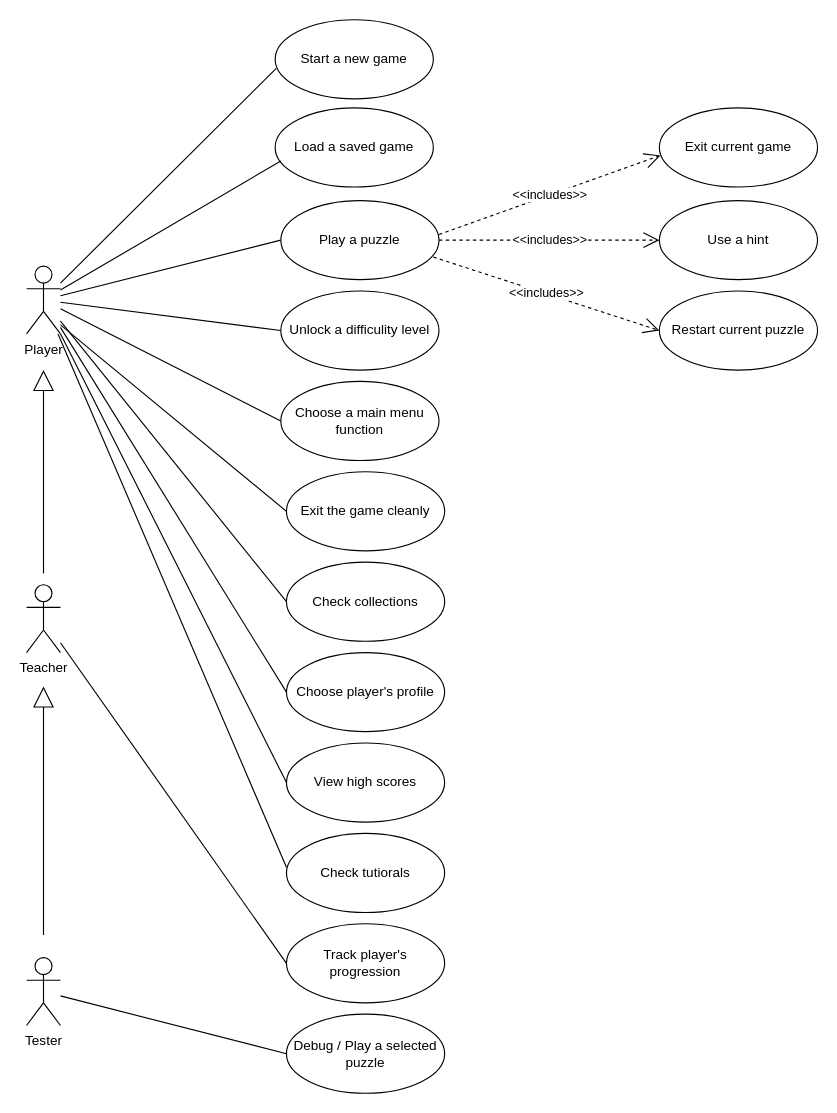
maxinimize/uml keeps this draw.io diagram as 未命名绘图.drawio. Above is the earlier version. Source tidied: cells renumbered, new cells numbered last; positions are measured from the earlier drawing's top-left corner, leaving out a move shared by most shapes. Both pictures are drawn from the tidied source at 113%, with x=0, y=0 at pixel (26, 19).
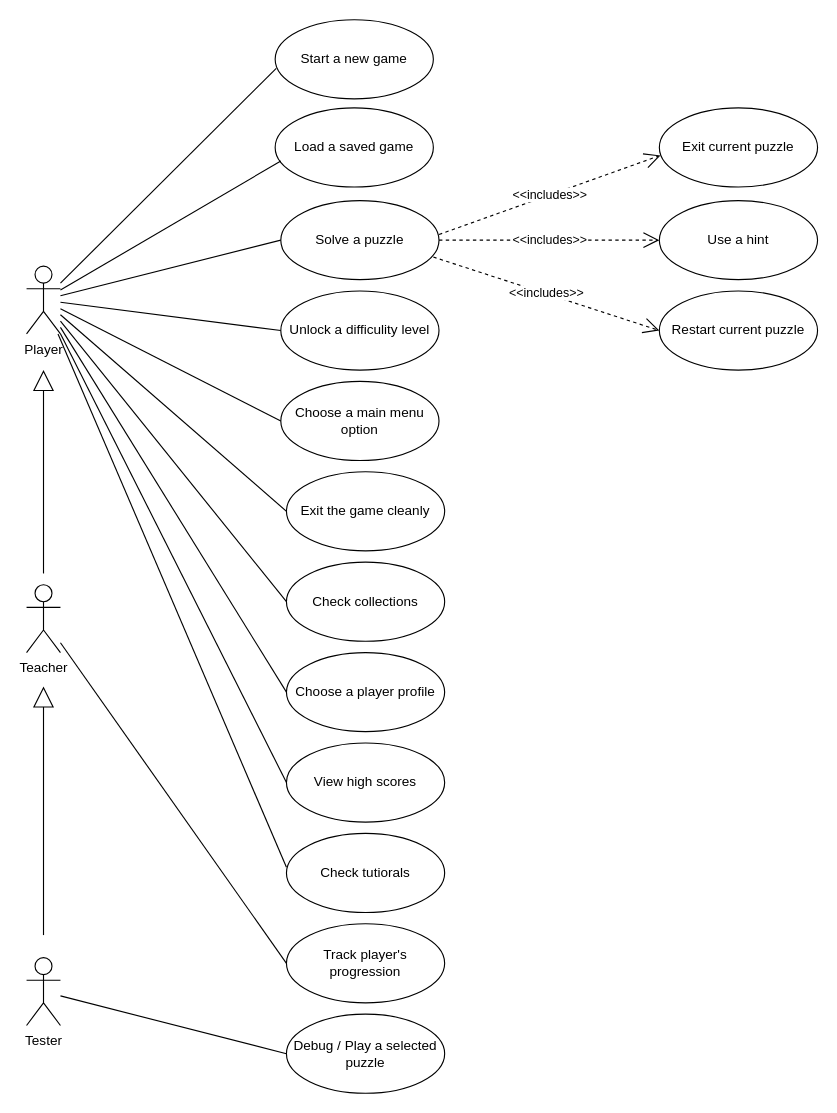
Above is the later version.

Commit message:
更新未命名绘图.drawio

The change refers to these unchanged cells:
```xml
<mxCell id="2" value="Player" style="shape=umlActor;verticalLabelPosition=bottom;verticalAlign=top;html=1;outlineConnect=0;" parent="1" vertex="1">
  <mxGeometry y="218" width="30" height="60" as="geometry" />
</mxCell>
<mxCell id="35" value="Exit the game cleanly" style="ellipse;whiteSpace=wrap;html=1;" parent="1" vertex="1">
  <mxGeometry x="230" y="400" width="140" height="70" as="geometry" />
</mxCell>
```

Diff of the diagram source:
```diff
@@
-    <mxCell id="21" value="Choose player's profile" style="ellipse;whiteSpace=wrap;html=1;" parent="1" vertex="1">
+    <mxCell id="21" value="Choose a player profile" style="ellipse;whiteSpace=wrap;html=1;" parent="1" vertex="1">
       <mxGeometry x="230" y="560" width="140" height="70" as="geometry" />
     </mxCell>
@@
-    <mxCell id="23" value="Play a puzzle" style="ellipse;whiteSpace=wrap;html=1;" parent="1" vertex="1">
+    <mxCell id="23" value="Solve a puzzle" style="ellipse;whiteSpace=wrap;html=1;" parent="1" vertex="1">
       <mxGeometry x="225" y="160" width="140" height="70" as="geometry" />
     </mxCell>
@@
-    <mxCell id="25" value="Exit current game" style="ellipse;whiteSpace=wrap;html=1;" parent="1" vertex="1">
+    <mxCell id="25" value="Exit current puzzle" style="ellipse;whiteSpace=wrap;html=1;" parent="1" vertex="1">
       <mxGeometry x="560" y="78" width="140" height="70" as="geometry" />
     </mxCell>
@@
-    <mxCell id="33" value="Choose a main menu function" style="ellipse;whiteSpace=wrap;html=1;" parent="1" vertex="1">
+    <mxCell id="33" value="Choose a main menu option" style="ellipse;whiteSpace=wrap;html=1;" parent="1" vertex="1">
       <mxGeometry x="225" y="320" width="140" height="70" as="geometry" />
     </mxCell>
@@
-    <mxCell id="36" style="endArrow=none;endSize=12;html=1;rounded=0;entryX=0;entryY=0.5;entryDx=0;entryDy=0;endFill=0;" parent="1" edge="1" target="35">
-      <mxGeometry relative="1" as="geometry">
-        <mxPoint x="30" y="270" as="sourcePoint" />
-      </mxGeometry>
+    <mxCell id="36" style="endArrow=none;endSize=12;html=1;rounded=0;entryX=0;entryY=0.5;entryDx=0;entryDy=0;endFill=0;" parent="1" edge="1" source="2" target="35">
+      <mxGeometry relative="1" as="geometry" />
     </mxCell>
```
